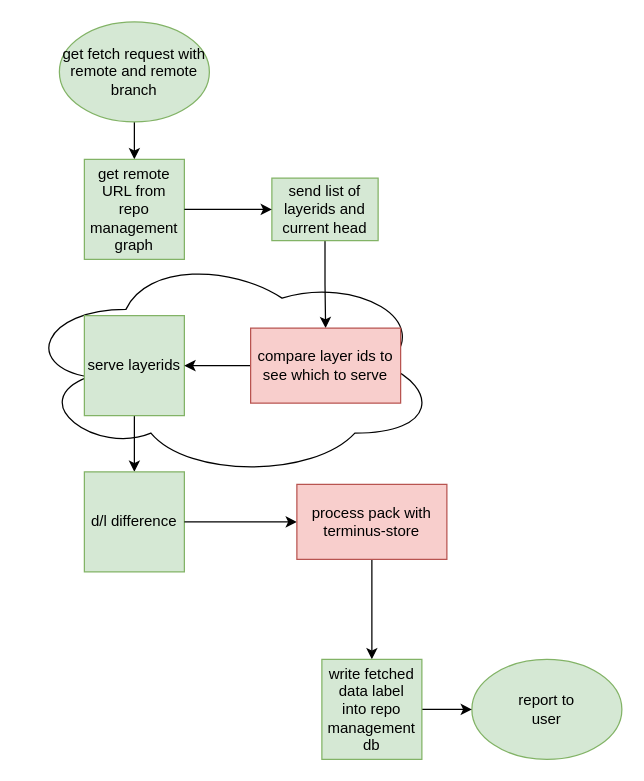
The draw.io diagram docs/architectural-diagrams/fetch.drawio in terminusdb/terminusdb, before the edit. Source tidied: cells renumbered, new cells numbered last; positions are measured from the earlier drawing's top-left corner, leaving out a move shared by most shapes. Both pictures are drawn from the tidied source at 125%, with x=0, y=0 at pixel (21, 21).
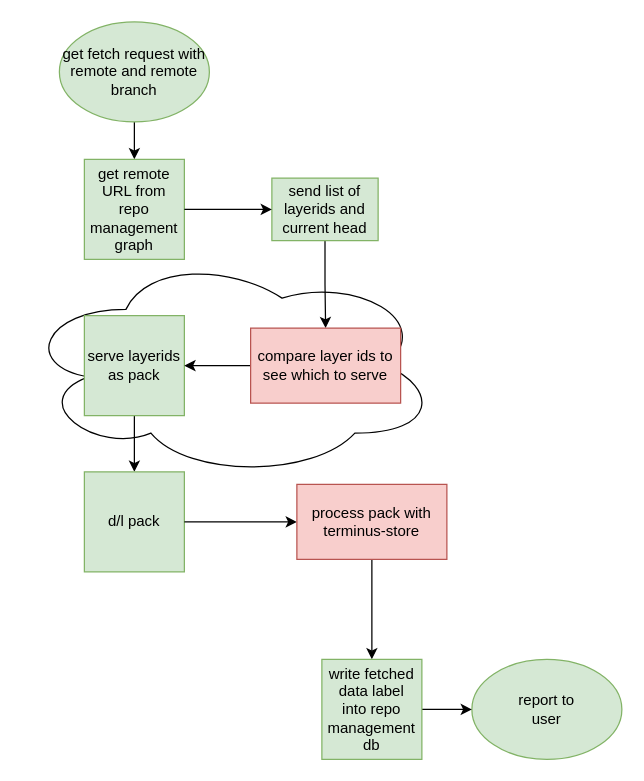
Above is the later version.

What changed in the source:
```diff
@@
 <mxGraphModel>
   <root>
     <mxCell id="0" />
     <mxCell id="1" parent="0" />
     <mxCell id="2" style="ellipse;shape=cloud;whiteSpace=wrap;html=1;" parent="1" vertex="1">
       <mxGeometry y="185" width="333" height="180" as="geometry" />
     </mxCell>
     <mxCell id="3" style="edgeStyle=orthogonalEdgeStyle;rounded=0;jettySize=auto;html=1;" parent="1" edge="1" source="4" target="5">
       <mxGeometry relative="1" as="geometry" />
     </mxCell>
     <mxCell id="4" value="get fetch request with remote and remote branch" style="ellipse;whiteSpace=wrap;html=1;fillColor=#d5e8d4;strokeColor=#82b366;" parent="1" vertex="1">
       <mxGeometry x="30" width="120" height="80" as="geometry" />
     </mxCell>
     <mxCell id="5" value="&lt;div&gt;get remote URL from &lt;br&gt;&lt;/div&gt;&lt;div&gt;repo management graph&lt;br&gt;&lt;/div&gt;" style="whiteSpace=wrap;html=1;fillColor=#d5e8d4;strokeColor=#82b366;" parent="1" vertex="1">
       <mxGeometry x="50" y="110" width="80" height="80" as="geometry" />
     </mxCell>
     <mxCell id="6" style="edgeStyle=orthogonalEdgeStyle;rounded=0;jettySize=auto;html=1;" parent="1" edge="1" source="7" target="8">
       <mxGeometry relative="1" as="geometry" />
     </mxCell>
-    <mxCell id="7" value="&lt;div&gt;serve layerids&lt;/div&gt;" style="whiteSpace=wrap;html=1;fillColor=#d5e8d4;strokeColor=#82b366;" parent="1" vertex="1">
+    <mxCell id="7" value="&lt;div&gt;serve layerids as pack&lt;/div&gt;" style="whiteSpace=wrap;html=1;fillColor=#d5e8d4;strokeColor=#82b366;" parent="1" vertex="1">
       <mxGeometry x="50" y="235" width="80" height="80" as="geometry" />
     </mxCell>
-    <mxCell id="8" value="&lt;div&gt;d/l difference&lt;/div&gt;" style="whiteSpace=wrap;html=1;fillColor=#d5e8d4;strokeColor=#82b366;" parent="1" vertex="1">
+    <mxCell id="8" value="&lt;div&gt;d/l pack&lt;/div&gt;" style="whiteSpace=wrap;html=1;fillColor=#d5e8d4;strokeColor=#82b366;" parent="1" vertex="1">
       <mxGeometry x="50" y="360" width="80" height="80" as="geometry" />
     </mxCell>
     <mxCell id="9" style="edgeStyle=orthogonalEdgeStyle;rounded=0;jettySize=auto;html=1;exitX=0.5;exitY=1;exitDx=0;exitDy=0;" parent="1" edge="1" source="19" target="12">
       <mxGeometry relative="1" as="geometry" />
     </mxCell>
     <mxCell id="10" value="&lt;div&gt;report to&lt;/div&gt;&lt;div&gt;user&lt;br&gt;&lt;/div&gt;" style="ellipse;whiteSpace=wrap;html=1;fillColor=#d5e8d4;strokeColor=#82b366;" parent="1" vertex="1">
       <mxGeometry x="360" y="510" width="120" height="80" as="geometry" />
     </mxCell>
     <mxCell id="11" style="edgeStyle=orthogonalEdgeStyle;rounded=0;jettySize=auto;html=1;" parent="1" edge="1" source="12" target="10">
       <mxGeometry relative="1" as="geometry" />
     </mxCell>
     <mxCell id="12" value="&lt;div&gt;write fetched data label&lt;/div&gt;&lt;div&gt;into repo management db&lt;br&gt;&lt;/div&gt;" style="whiteSpace=wrap;html=1;fillColor=#d5e8d4;strokeColor=#82b366;" parent="1" vertex="1">
       <mxGeometry x="240" y="510" width="80" height="80" as="geometry" />
     </mxCell>
     <mxCell id="13" style="edgeStyle=orthogonalEdgeStyle;rounded=0;jettySize=auto;html=1;" parent="1" edge="1" source="14" target="17">
       <mxGeometry relative="1" as="geometry" />
     </mxCell>
     <mxCell id="14" value="send list of layerids and current head" style="rounded=0;whiteSpace=wrap;html=1;fillColor=#d5e8d4;strokeColor=#82b366;" parent="1" vertex="1">
       <mxGeometry x="200" y="125" width="85" height="50" as="geometry" />
     </mxCell>
     <mxCell id="15" style="edgeStyle=orthogonalEdgeStyle;rounded=0;jettySize=auto;html=1;" parent="1" edge="1" source="5" target="14">
       <mxGeometry relative="1" as="geometry" />
     </mxCell>
     <mxCell id="16" style="edgeStyle=orthogonalEdgeStyle;rounded=0;jettySize=auto;html=1;" parent="1" edge="1" source="17" target="7">
       <mxGeometry relative="1" as="geometry" />
     </mxCell>
     <mxCell id="17" value="compare layer ids to see which to serve" style="rounded=0;whiteSpace=wrap;html=1;fillColor=#f8cecc;strokeColor=#b85450;" parent="1" vertex="1">
       <mxGeometry x="183" y="245" width="120" height="60" as="geometry" />
     </mxCell>
     <mxCell id="18" style="edgeStyle=orthogonalEdgeStyle;rounded=0;jettySize=auto;html=1;exitX=1;exitY=0.5;exitDx=0;exitDy=0;" parent="1" edge="1" source="8" target="19">
       <mxGeometry relative="1" as="geometry" />
     </mxCell>
     <mxCell id="19" value="process pack with terminus-store" style="rounded=0;whiteSpace=wrap;html=1;fillColor=#f8cecc;strokeColor=#b85450;" parent="1" vertex="1">
       <mxGeometry x="220" y="370" width="120" height="60" as="geometry" />
     </mxCell>
   </root>
 </mxGraphModel>
```
